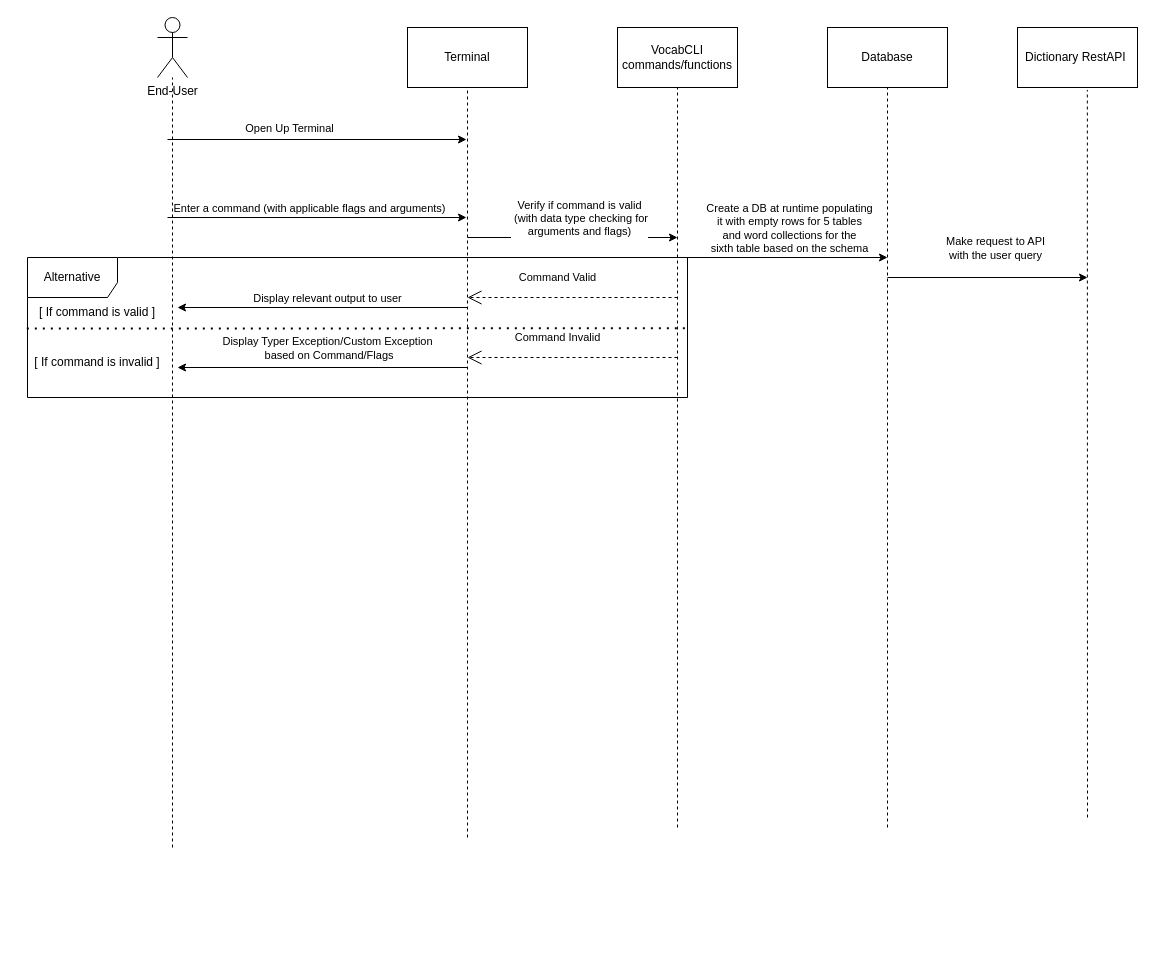
HighnessAtharva/VocabCLI keeps this draw.io diagram as project_stuff/UML Diagrams/SequenceDiagram.drawio. Above is the earlier version. Source tidied: cells renumbered, new cells numbered last; positions are measured from the earlier drawing's top-left corner, leaving out a move shared by most shapes. Both pictures are drawn from the tidied source at 100%, with x=0, y=0 at pixel (17, 17).
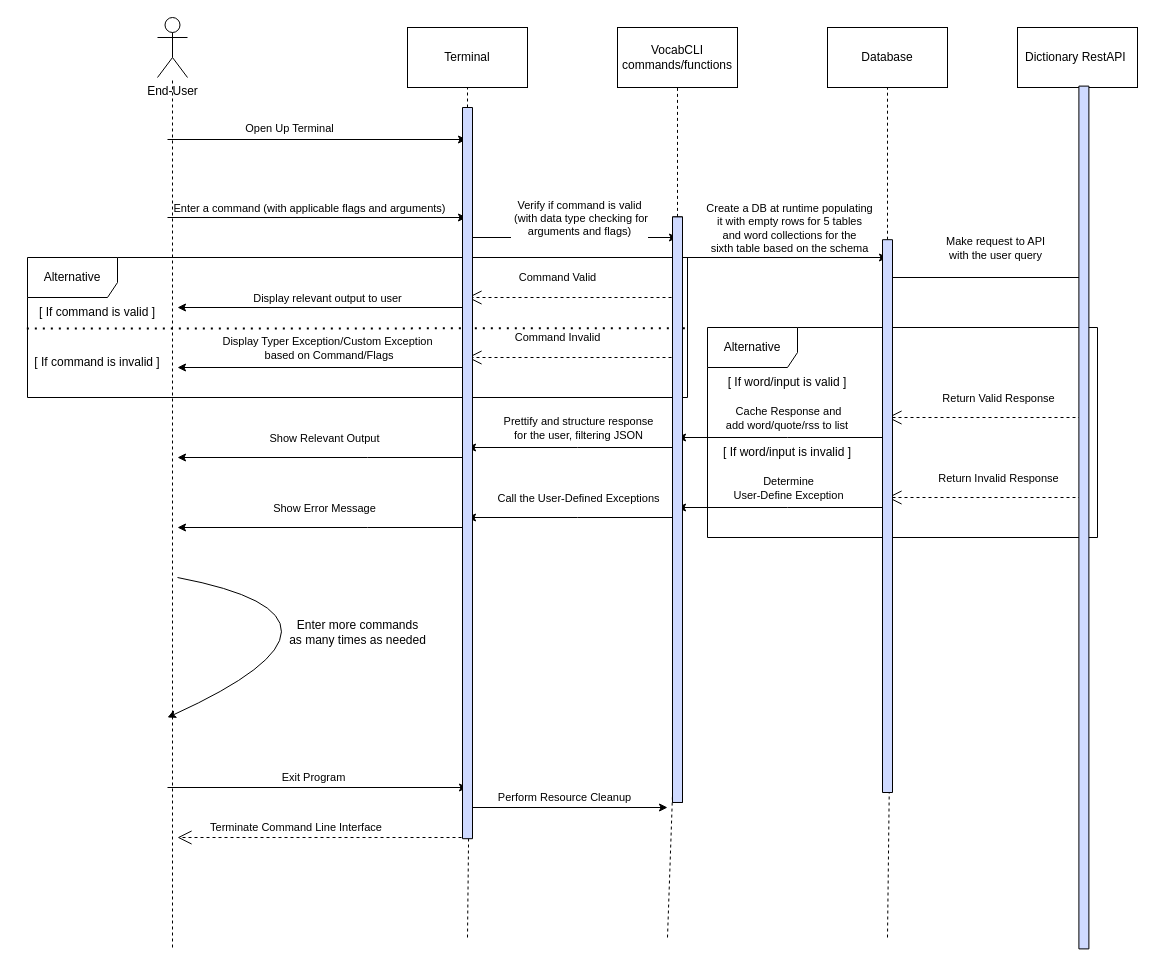
The same page after the edit.

Unchanged cells that the change refers to:
```xml
<mxCell id="2" value="End-User" style="shape=umlActor;verticalLabelPosition=bottom;verticalAlign=top;html=1;outlineConnect=0;" parent="1" vertex="1">
  <mxGeometry x="140" width="30" height="60" as="geometry" />
</mxCell>
<mxCell id="3" value="VocabCLI commands/functions" style="rounded=0;whiteSpace=wrap;html=1;" parent="1" vertex="1">
  <mxGeometry x="600" y="10" width="120" height="60" as="geometry" />
</mxCell>
<mxCell id="4" value="Database" style="rounded=0;whiteSpace=wrap;html=1;" parent="1" vertex="1">
  <mxGeometry x="810" y="10" width="120" height="60" as="geometry" />
</mxCell>
<mxCell id="5" value="Dictionary RestAPI&amp;nbsp;" style="rounded=0;whiteSpace=wrap;html=1;" parent="1" vertex="1">
  <mxGeometry x="1000" y="10" width="120" height="60" as="geometry" />
</mxCell>
<mxCell id="6" value="Terminal" style="rounded=0;whiteSpace=wrap;html=1;" parent="1" vertex="1">
  <mxGeometry x="390" y="10" width="120" height="60" as="geometry" />
</mxCell>
```

The edit, as a diff of the source:
```diff
@@
     <mxCell id="7" style="endArrow=none;dashed=1;html=1;rounded=0;" parent="1" edge="1" target="2">
       <mxGeometry relative="1" as="geometry">
-        <mxPoint x="155" y="830" as="sourcePoint" />
+        <mxPoint x="155" y="930" as="sourcePoint" />
       </mxGeometry>
     </mxCell>
-    <mxCell id="8" style="endArrow=none;dashed=1;html=1;rounded=0;entryX=0.5;entryY=1;entryDx=0;entryDy=0;" parent="1" edge="1" target="6">
-      <mxGeometry relative="1" as="geometry">
-        <mxPoint x="450" y="820" as="sourcePoint" />
-      </mxGeometry>
+    <mxCell id="8" style="endArrow=none;dashed=1;html=1;rounded=0;entryX=0.5;entryY=1;entryDx=0;entryDy=0;startArrow=none;" parent="1" edge="1" source="57" target="6">
+      <mxGeometry relative="1" as="geometry" />
     </mxCell>
-    <mxCell id="9" style="endArrow=none;dashed=1;html=1;rounded=0;entryX=0.5;entryY=1;entryDx=0;entryDy=0;" parent="1" edge="1" target="3">
-      <mxGeometry relative="1" as="geometry">
-        <mxPoint x="660" y="810" as="sourcePoint" />
-      </mxGeometry>
+    <mxCell id="9" style="endArrow=none;dashed=1;html=1;rounded=0;entryX=0.5;entryY=1;entryDx=0;entryDy=0;startArrow=none;" parent="1" edge="1" source="59" target="3">
+      <mxGeometry relative="1" as="geometry" />
     </mxCell>
-    <mxCell id="10" style="endArrow=none;dashed=1;html=1;rounded=0;entryX=0.5;entryY=1;entryDx=0;entryDy=0;" parent="1" edge="1" target="4">
-      <mxGeometry relative="1" as="geometry">
-        <mxPoint x="870" y="810" as="sourcePoint" />
-      </mxGeometry>
+    <mxCell id="10" style="endArrow=none;dashed=1;html=1;rounded=0;entryX=0.5;entryY=1;entryDx=0;entryDy=0;startArrow=none;" parent="1" edge="1" source="63" target="4">
+      <mxGeometry relative="1" as="geometry" />
     </mxCell>
     <mxCell id="11" style="endArrow=none;dashed=1;html=1;rounded=0;entryX=0.582;entryY=1.04;entryDx=0;entryDy=0;entryPerimeter=0;" parent="1" edge="1" target="5">
       <mxGeometry relative="1" as="geometry">
-        <mxPoint x="1070" y="800" as="sourcePoint" />
+        <mxPoint x="1070" y="920" as="sourcePoint" />
       </mxGeometry>
     </mxCell>
@@
+    <mxCell id="32" style="endArrow=open;endSize=12;dashed=1;html=1;rounded=0;" parent="1" edge="1">
+      <mxGeometry x="0.14" y="-20" relative="1" as="geometry">
+        <mxPoint x="1070" y="400" as="sourcePoint" />
+        <mxPoint x="870" y="400" as="targetPoint" />
+        <Array as="points">
+          <mxPoint x="980" y="400" />
+        </Array>
+      </mxGeometry>
+    </mxCell>
+    <mxCell id="33" value="Return Valid Response" style="edgeLabel;html=1;align=center;verticalAlign=middle;" parent="32" vertex="1">
+      <mxGeometry x="-0.23" y="-3" relative="1" as="geometry">
+        <mxPoint x="-13" y="-17" as="offset" />
+      </mxGeometry>
+    </mxCell>
+    <mxCell id="34" style="endArrow=open;endSize=12;dashed=1;html=1;rounded=0;" parent="1" edge="1">
+      <mxGeometry x="0.14" y="-20" relative="1" as="geometry">
+        <mxPoint x="1070" y="480" as="sourcePoint" />
+        <mxPoint x="870" y="480" as="targetPoint" />
+        <Array as="points">
+          <mxPoint x="980" y="480" />
+        </Array>
+      </mxGeometry>
+    </mxCell>
+    <mxCell id="35" value="Return Invalid Response" style="edgeLabel;html=1;align=center;verticalAlign=middle;" parent="34" vertex="1">
+      <mxGeometry x="-0.23" y="-3" relative="1" as="geometry">
+        <mxPoint x="-13" y="-17" as="offset" />
+      </mxGeometry>
+    </mxCell>
+    <mxCell id="36" style="endArrow=classic;html=1;rounded=0;" parent="1" edge="1">
+      <mxGeometry relative="1" as="geometry">
+        <mxPoint x="870" y="420" as="sourcePoint" />
+        <mxPoint x="660" y="420" as="targetPoint" />
+        <Array as="points">
+          <mxPoint x="770" y="420" />
+        </Array>
+      </mxGeometry>
+    </mxCell>
+    <mxCell id="37" value="Cache Response and &lt;br&gt;add word/quote/rss to list&amp;nbsp;" style="edgeLabel;html=1;align=center;verticalAlign=middle;" parent="36" vertex="1">
+      <mxGeometry x="0.08" y="-1" relative="1" as="geometry">
+        <mxPoint x="13" y="-19" as="offset" />
+      </mxGeometry>
+    </mxCell>
+    <mxCell id="38" style="endArrow=classic;html=1;rounded=0;" parent="1" edge="1">
+      <mxGeometry relative="1" as="geometry">
+        <mxPoint x="870" y="490" as="sourcePoint" />
+        <mxPoint x="660" y="490" as="targetPoint" />
+        <Array as="points">
+          <mxPoint x="770" y="490" />
+        </Array>
+      </mxGeometry>
+    </mxCell>
+    <mxCell id="39" value="Determine &lt;br&gt;User-Define Exception" style="edgeLabel;html=1;align=center;verticalAlign=middle;" parent="38" vertex="1">
+      <mxGeometry x="0.08" y="-1" relative="1" as="geometry">
+        <mxPoint x="13" y="-19" as="offset" />
+      </mxGeometry>
+    </mxCell>
+    <mxCell id="40" style="endArrow=classic;html=1;rounded=0;" parent="1" edge="1">
+      <mxGeometry relative="1" as="geometry">
+        <mxPoint x="660" y="430" as="sourcePoint" />
+        <mxPoint x="450" y="430" as="targetPoint" />
+        <Array as="points">
+          <mxPoint x="560" y="430" />
+        </Array>
+      </mxGeometry>
+    </mxCell>
+    <mxCell id="41" value="Prettify and structure response &lt;br&gt;for the user, filtering JSON" style="edgeLabel;html=1;align=center;verticalAlign=middle;" parent="40" vertex="1">
+      <mxGeometry x="0.08" y="-1" relative="1" as="geometry">
+        <mxPoint x="13" y="-19" as="offset" />
+      </mxGeometry>
+    </mxCell>
+    <mxCell id="42" style="endArrow=classic;html=1;rounded=0;" parent="1" edge="1">
+      <mxGeometry relative="1" as="geometry">
+        <mxPoint x="660" y="500" as="sourcePoint" />
+        <mxPoint x="450" y="500" as="targetPoint" />
+        <Array as="points">
+          <mxPoint x="560" y="500" />
+        </Array>
+      </mxGeometry>
+    </mxCell>
+    <mxCell id="43" value="Call the User-Defined Exceptions" style="edgeLabel;html=1;align=center;verticalAlign=middle;" parent="42" vertex="1">
+      <mxGeometry x="0.08" y="-1" relative="1" as="geometry">
+        <mxPoint x="13" y="-19" as="offset" />
+      </mxGeometry>
+    </mxCell>
+    <mxCell id="44" style="endArrow=classic;html=1;rounded=0;" parent="1" edge="1">
+      <mxGeometry relative="1" as="geometry">
+        <mxPoint x="450" y="440" as="sourcePoint" />
+        <mxPoint x="160" y="440" as="targetPoint" />
+        <Array as="points">
+          <mxPoint x="350" y="440" />
+        </Array>
+      </mxGeometry>
+    </mxCell>
+    <mxCell id="45" value="Show Relevant Output" style="edgeLabel;html=1;align=center;verticalAlign=middle;" parent="44" vertex="1">
+      <mxGeometry x="0.08" y="-1" relative="1" as="geometry">
+        <mxPoint x="13" y="-19" as="offset" />
+      </mxGeometry>
+    </mxCell>
+    <mxCell id="46" style="endArrow=classic;html=1;rounded=0;" parent="1" edge="1">
+      <mxGeometry relative="1" as="geometry">
+        <mxPoint x="450" y="510" as="sourcePoint" />
+        <mxPoint x="160" y="510" as="targetPoint" />
+        <Array as="points">
+          <mxPoint x="350" y="510" />
+        </Array>
+      </mxGeometry>
+    </mxCell>
+    <mxCell id="47" value="Show Error Message" style="edgeLabel;html=1;align=center;verticalAlign=middle;" parent="46" vertex="1">
+      <mxGeometry x="0.08" y="-1" relative="1" as="geometry">
+        <mxPoint x="13" y="-19" as="offset" />
+      </mxGeometry>
+    </mxCell>
+    <mxCell id="48" value="Alternative" style="shape=umlFrame;whiteSpace=wrap;html=1;width=90;height=40;" parent="1" vertex="1">
+      <mxGeometry x="690" y="310" width="390" height="210" as="geometry" />
+    </mxCell>
+    <mxCell id="49" value="[ If word/input is valid ]" style="text;html=1;strokeColor=none;fillColor=none;align=center;verticalAlign=middle;whiteSpace=wrap;rounded=0;" parent="1" vertex="1">
+      <mxGeometry x="700" y="350" width="140" height="30" as="geometry" />
+    </mxCell>
+    <mxCell id="50" value="[ If word/input is invalid ]" style="text;html=1;strokeColor=none;fillColor=none;align=center;verticalAlign=middle;whiteSpace=wrap;rounded=0;" parent="1" vertex="1">
+      <mxGeometry x="700" y="420" width="140" height="30" as="geometry" />
+    </mxCell>
+    <mxCell id="51" style="curved=1;endArrow=classic;html=1;rounded=0;" parent="1" edge="1">
+      <mxGeometry relative="1" as="geometry">
+        <mxPoint x="160" y="560" as="sourcePoint" />
+        <mxPoint x="150" y="700" as="targetPoint" />
+        <Array as="points">
+          <mxPoint x="370" y="600" />
+        </Array>
+      </mxGeometry>
+    </mxCell>
+    <mxCell id="52" value="Enter more commands &lt;br&gt;as many times as needed" style="text;html=1;align=center;verticalAlign=middle;strokeColor=none;fillColor=none;" parent="1" vertex="1">
+      <mxGeometry x="260" y="595" width="160" height="40" as="geometry" />
+    </mxCell>
+    <mxCell id="53" value="Exit Program" style="endArrow=classic;html=1;rounded=0;" parent="1" edge="1">
+      <mxGeometry x="-0.03" y="10" relative="1" as="geometry">
+        <mxPoint x="150" y="770" as="sourcePoint" />
+        <mxPoint x="450" y="770" as="targetPoint" />
+      </mxGeometry>
+    </mxCell>
+    <mxCell id="54" value="Perform Resource Cleanup" style="endArrow=classic;html=1;rounded=0;" parent="1" edge="1">
+      <mxGeometry x="-0.03" y="10" relative="1" as="geometry">
+        <mxPoint x="450" y="790" as="sourcePoint" />
+        <mxPoint x="650" y="790" as="targetPoint" />
+      </mxGeometry>
+    </mxCell>
+    <mxCell id="55" value="Terminate Command Line Interface&amp;nbsp;" style="endArrow=open;endSize=12;dashed=1;html=1;rounded=0;" parent="1" edge="1">
+      <mxGeometry x="0.17" y="-10" relative="1" as="geometry">
+        <mxPoint x="450" y="820" as="sourcePoint" />
+        <mxPoint x="160" y="820" as="targetPoint" />
+        <Array as="points">
+          <mxPoint x="350" y="820" />
+        </Array>
+      </mxGeometry>
+    </mxCell>
+    <mxCell id="56" style="endArrow=none;dashed=1;html=1;rounded=0;entryX=0.5;entryY=1;entryDx=0;entryDy=0;" parent="1" edge="1" target="57">
+      <mxGeometry relative="1" as="geometry">
+        <mxPoint x="450" y="920" as="sourcePoint" />
+      </mxGeometry>
+    </mxCell>
+    <mxCell id="57" style="verticalLabelPosition=bottom;verticalAlign=top;html=1;shape=mxgraph.basic.rect;fillColor2=none;strokeWidth=1;size=20;indent=0;rotation=-90;fillColor=#CFDAFF;" parent="1" vertex="1">
+      <mxGeometry x="84.4" y="450.6" width="731.2" height="10" as="geometry" />
+    </mxCell>
+    <mxCell id="58" style="endArrow=none;dashed=1;html=1;rounded=0;entryX=0.5;entryY=1;entryDx=0;entryDy=0;" parent="1" edge="1" target="59">
+      <mxGeometry relative="1" as="geometry">
+        <mxPoint x="650" y="920" as="sourcePoint" />
+      </mxGeometry>
+    </mxCell>
+    <mxCell id="59" style="verticalLabelPosition=bottom;verticalAlign=top;html=1;shape=mxgraph.basic.rect;fillColor2=none;strokeWidth=1;size=20;indent=0;rotation=-90;" parent="1" vertex="1">
+      <mxGeometry x="367.2" y="487.2" width="585.6" height="10" as="geometry" />
+    </mxCell>
+    <mxCell id="60" style="verticalLabelPosition=bottom;verticalAlign=top;html=1;shape=mxgraph.basic.rect;fillColor2=none;strokeWidth=1;size=20;indent=0;rotation=-90;fillColor=#CFDAFF;" parent="1" vertex="1">
+      <mxGeometry x="635" y="495" width="862.8" height="10" as="geometry" />
+    </mxCell>
+    <mxCell id="61" style="verticalLabelPosition=bottom;verticalAlign=top;html=1;shape=mxgraph.basic.rect;fillColor2=none;strokeWidth=1;size=20;indent=0;rotation=-90;fillColor=#CFDAFF;" parent="1" vertex="1">
+      <mxGeometry x="367.2" y="487.2" width="585.6" height="10" as="geometry" />
+    </mxCell>
+    <mxCell id="62" style="endArrow=none;dashed=1;html=1;rounded=0;entryX=0.5;entryY=1;entryDx=0;entryDy=0;" parent="1" edge="1" target="63">
+      <mxGeometry relative="1" as="geometry">
+        <mxPoint x="870" y="920" as="sourcePoint" />
+      </mxGeometry>
+    </mxCell>
+    <mxCell id="63" style="verticalLabelPosition=bottom;verticalAlign=top;html=1;shape=mxgraph.basic.rect;fillColor2=none;strokeWidth=1;size=20;indent=0;rotation=-90;fillColor=#CFDAFF;" parent="1" vertex="1">
+      <mxGeometry x="593.6" y="493.6" width="552.8" height="10" as="geometry" />
+    </mxCell>
```
